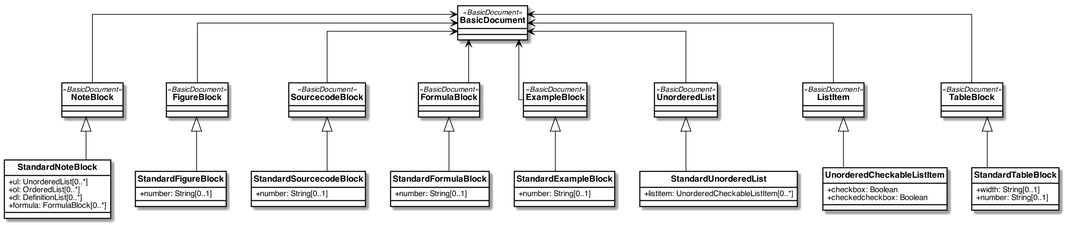
Above: standoc/images/StandardDoc_Blocks.png in metanorma/standoc-models (PlantUML), before the change.
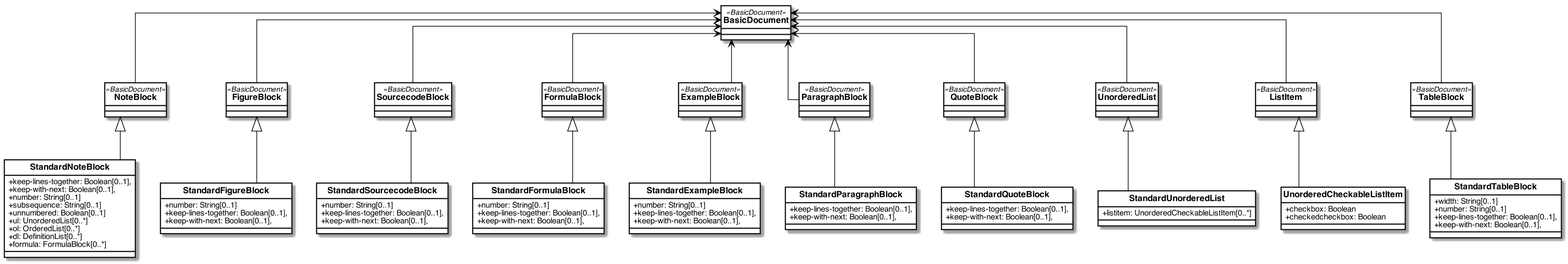
Later version of the same file.

Commit message:
keep with next: https://github.com/metanorma/metanorma-iso/issues/296

What changed in the source:
```diff
@@ -60,7 +60,18 @@
 class ExampleBlock <<BasicDocument>> {
 }
 
+class ParagraphBlock <<BasicDocument>> {
+}
+
+class QuoteBlock <<BasicDocument>> {
+}
+
 class StandardNoteBlock {
+    +keep-lines-together: Boolean[0..1],
+    +keep-with-next: Boolean[0..1],
+    +number: String[0..1]
+    +subsequence: String[0..1]
+    +unnumbered: Boolean[0..1]
     +ul: UnorderedList[0..*]
     +ol: OrderedList[0..*]
     +dl: DefinitionList[0..*]
@@ -88,22 +99,42 @@
 class StandardTableBlock {
     +width: String[0..1]
     +number: String[0..1]
+    +keep-lines-together: Boolean[0..1],
+    +keep-with-next: Boolean[0..1],
 }
 
 class StandardFigureBlock {
     +number: String[0..1]
+    +keep-lines-together: Boolean[0..1],
+    +keep-with-next: Boolean[0..1],
 }
 
 class StandardSourcecodeBlock {
     +number: String[0..1]
+    +keep-lines-together: Boolean[0..1],
+    +keep-with-next: Boolean[0..1],
 }
 
 class StandardFormulaBlock {
     +number: String[0..1]
+    +keep-lines-together: Boolean[0..1],
+    +keep-with-next: Boolean[0..1],
 }
 
 class StandardExampleBlock {
     +number: String[0..1]
+    +keep-lines-together: Boolean[0..1],
+    +keep-with-next: Boolean[0..1],
+}
+
+class StandardParagraphBlock {
+    +keep-lines-together: Boolean[0..1],
+    +keep-with-next: Boolean[0..1],
+}
+
+class StandardQuoteBlock {
+    +keep-lines-together: Boolean[0..1],
+    +keep-with-next: Boolean[0..1],
 }
 
 
@@ -125,5 +156,9 @@
 FormulaBlock <|-- StandardFormulaBlock
 BasicDocument <-- ExampleBlock
 ExampleBlock <|-- StandardExampleBlock
+BasicDocument <-- ParagraphBlock
+ParagraphBlock <|-- StandardParagraphBlock
+BasicDocument <-- QuoteBlock
+QuoteBlock <|-- StandardQuoteBlock
 
 @enduml
```
